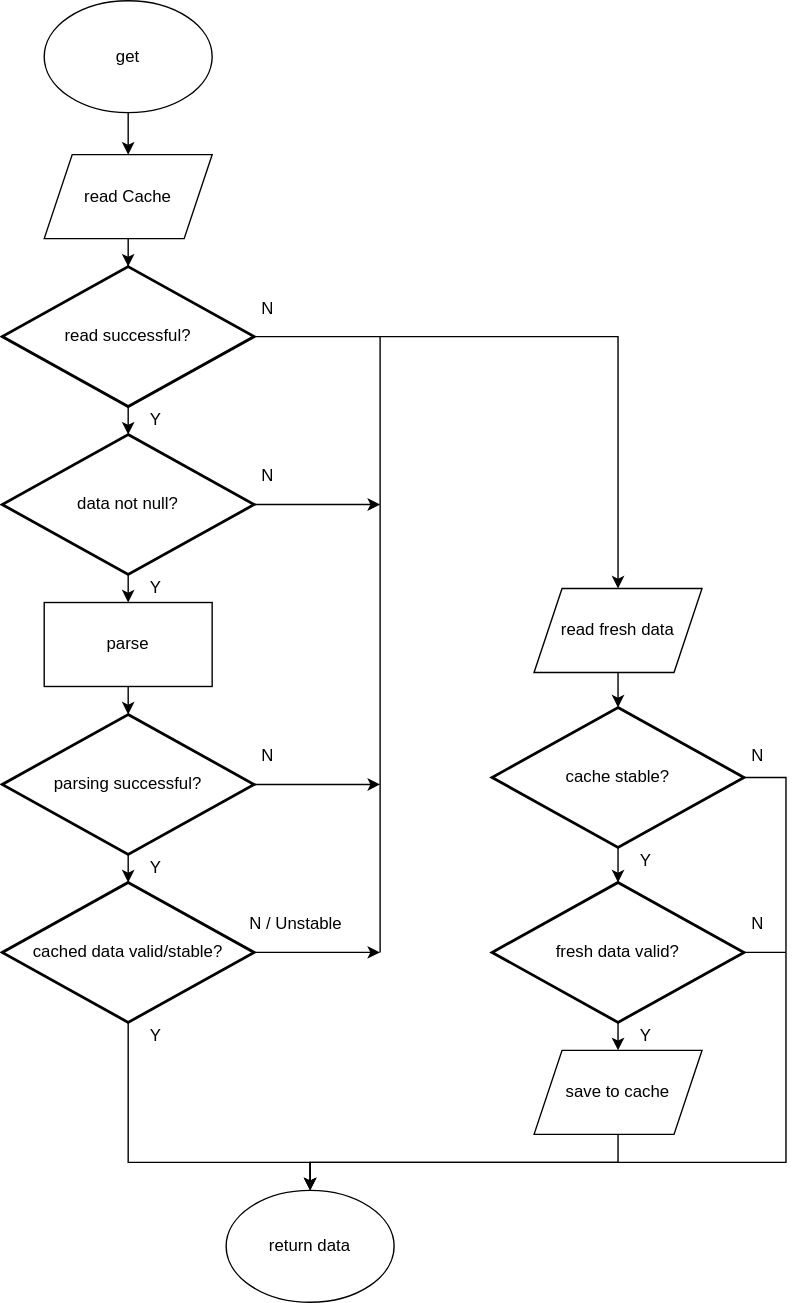
Before: redis-read-through-cache.svg, a diagram exported from draw.io (rPawel/read-through-cache). Source tidied: cells renumbered, new cells last; positions are measured from the earlier drawing's top-left corner, leaving out a move shared by most shapes.
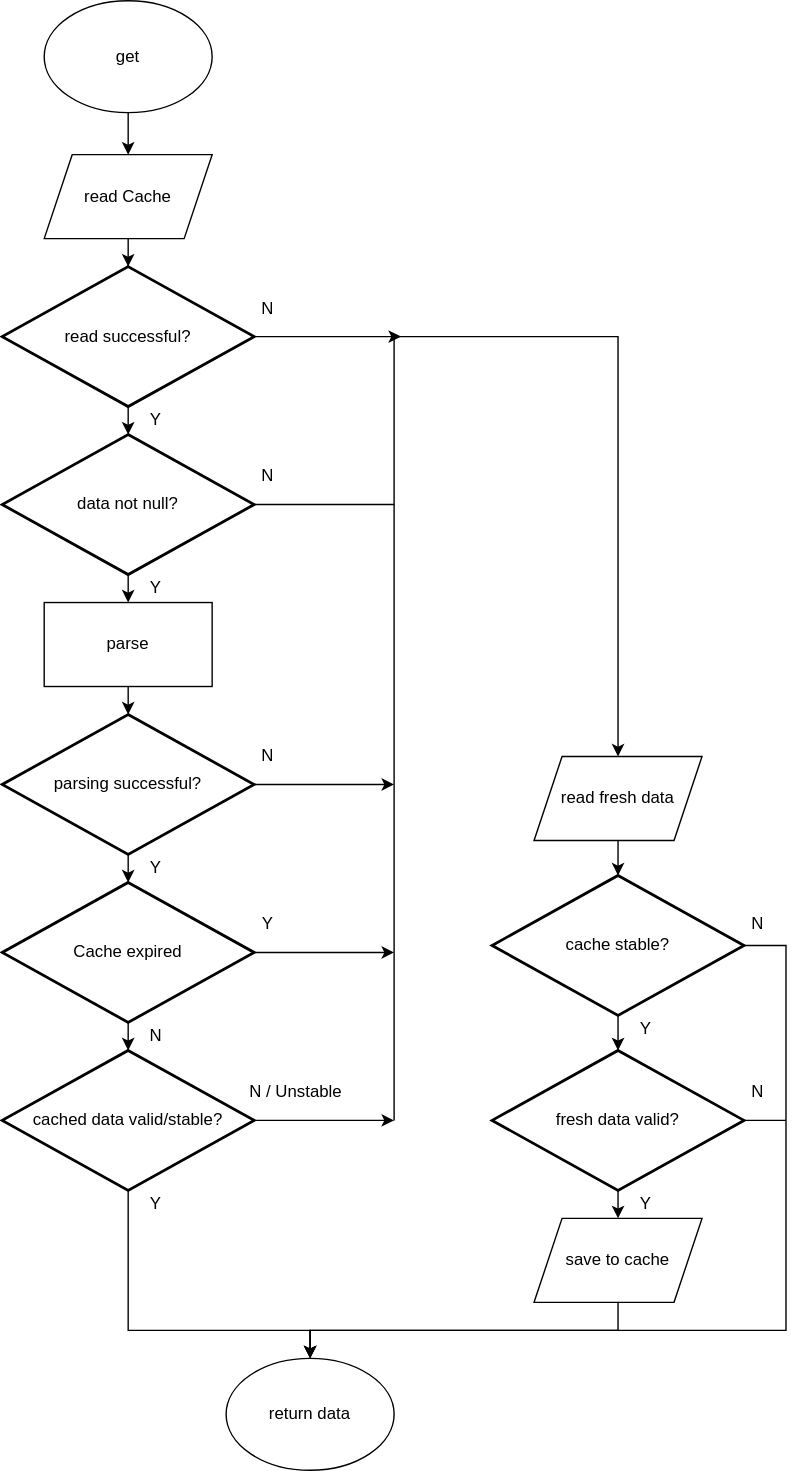
Later version of the same file.

Commit message:
added expiration management with ability to extend cached data retention. It is in case we want to avoid unstable period every time cache expires.

The edit, as a diff of the source:
```diff
@@ -9,111 +9,111 @@
       <mxGeometry relative="1" as="geometry" />
     </mxCell>
     <mxCell id="4" value="read successful?" style="strokeWidth=2;html=1;shape=mxgraph.flowchart.decision;whiteSpace=wrap;" parent="1" vertex="1">
-      <mxGeometry y="190" width="180" height="100" as="geometry" />
+      <mxGeometry y="250" width="180" height="100" as="geometry" />
     </mxCell>
     <mxCell id="5" style="edgeStyle=orthogonalEdgeStyle;rounded=0;jettySize=auto;html=1;exitX=0.5;exitY=1;exitDx=0;exitDy=0;entryX=0.5;entryY=0;entryDx=0;entryDy=0;entryPerimeter=0;" parent="1" edge="1" source="6" target="40">
       <mxGeometry relative="1" as="geometry" />
     </mxCell>
     <mxCell id="6" value="read fresh data" style="shape=parallelogram;perimeter=parallelogramPerimeter;whiteSpace=wrap;html=1;fixedSize=1;" parent="1" vertex="1">
-      <mxGeometry x="380" y="420" width="120" height="60" as="geometry" />
+      <mxGeometry x="380" y="600" width="120" height="60" as="geometry" />
     </mxCell>
     <mxCell id="7" style="edgeStyle=orthogonalEdgeStyle;rounded=0;jettySize=auto;html=1;entryX=0.5;entryY=0;entryDx=0;entryDy=0;entryPerimeter=0;" parent="1" edge="1" source="8" target="4">
       <mxGeometry relative="1" as="geometry" />
     </mxCell>
     <mxCell id="8" value="&lt;span&gt;read Cache&lt;br&gt;&lt;/span&gt;" style="shape=parallelogram;perimeter=parallelogramPerimeter;whiteSpace=wrap;html=1;fixedSize=1;" parent="1" vertex="1">
-      <mxGeometry x="30" y="110" width="120" height="60" as="geometry" />
+      <mxGeometry x="30" y="170" width="120" height="60" as="geometry" />
     </mxCell>
     <mxCell id="9" style="edgeStyle=orthogonalEdgeStyle;rounded=0;jettySize=auto;html=1;exitX=0.5;exitY=1;exitDx=0;exitDy=0;exitPerimeter=0;entryX=0.5;entryY=0;entryDx=0;entryDy=0;" parent="1" edge="1" source="10" target="12">
       <mxGeometry relative="1" as="geometry" />
     </mxCell>
     <mxCell id="10" value="fresh data valid?" style="strokeWidth=2;html=1;shape=mxgraph.flowchart.decision;whiteSpace=wrap;" parent="1" vertex="1">
-      <mxGeometry x="350" y="630" width="180" height="100" as="geometry" />
+      <mxGeometry x="350" y="810" width="180" height="100" as="geometry" />
     </mxCell>
     <mxCell id="11" style="edgeStyle=orthogonalEdgeStyle;rounded=0;jettySize=auto;html=1;exitX=0.5;exitY=1;exitDx=0;exitDy=0;entryX=0.5;entryY=0;entryDx=0;entryDy=0;" parent="1" edge="1" source="12" target="30">
       <mxGeometry relative="1" as="geometry">
         <Array as="points">
-          <mxPoint x="440" y="830" />
-          <mxPoint x="220" y="830" />
+          <mxPoint x="440" y="1010" />
+          <mxPoint x="220" y="1010" />
         </Array>
       </mxGeometry>
     </mxCell>
     <mxCell id="12" value="save to cache" style="shape=parallelogram;perimeter=parallelogramPerimeter;whiteSpace=wrap;html=1;fixedSize=1;" parent="1" vertex="1">
-      <mxGeometry x="380" y="750" width="120" height="60" as="geometry" />
+      <mxGeometry x="380" y="930" width="120" height="60" as="geometry" />
     </mxCell>
     <mxCell id="13" style="edgeStyle=orthogonalEdgeStyle;rounded=0;jettySize=auto;html=1;exitX=0.5;exitY=1;exitDx=0;exitDy=0;exitPerimeter=0;entryX=0.5;entryY=0;entryDx=0;entryDy=0;" parent="1" edge="1" source="15" target="17">
       <mxGeometry relative="1" as="geometry" />
     </mxCell>
     <mxCell id="14" style="edgeStyle=orthogonalEdgeStyle;rounded=0;jettySize=auto;html=1;exitX=1;exitY=0.5;exitDx=0;exitDy=0;exitPerimeter=0;" parent="1" edge="1" source="15">
       <mxGeometry relative="1" as="geometry">
-        <mxPoint x="270" y="360" as="targetPoint" />
+        <mxPoint x="285" y="300" as="targetPoint" />
+        <Array as="points">
+          <mxPoint x="280" y="420" />
+          <mxPoint x="280" y="300" />
+        </Array>
       </mxGeometry>
     </mxCell>
     <mxCell id="15" value="data not null?" style="strokeWidth=2;html=1;shape=mxgraph.flowchart.decision;whiteSpace=wrap;" parent="1" vertex="1">
-      <mxGeometry y="310" width="180" height="100" as="geometry" />
+      <mxGeometry y="370" width="180" height="100" as="geometry" />
     </mxCell>
     <mxCell id="16" style="edgeStyle=orthogonalEdgeStyle;rounded=0;jettySize=auto;html=1;exitX=0.5;exitY=1;exitDx=0;exitDy=0;entryX=0.5;entryY=0;entryDx=0;entryDy=0;entryPerimeter=0;" parent="1" edge="1" source="17" target="23">
       <mxGeometry relative="1" as="geometry" />
     </mxCell>
     <mxCell id="17" value="parse" style="rounded=0;whiteSpace=wrap;html=1;" parent="1" vertex="1">
-      <mxGeometry x="30" y="430" width="120" height="60" as="geometry" />
+      <mxGeometry x="30" y="490" width="120" height="60" as="geometry" />
     </mxCell>
     <mxCell id="18" style="edgeStyle=orthogonalEdgeStyle;rounded=0;jettySize=auto;html=1;exitX=0.5;exitY=1;exitDx=0;exitDy=0;exitPerimeter=0;entryX=0.5;entryY=0;entryDx=0;entryDy=0;" parent="1" edge="1" source="20" target="30">
       <mxGeometry relative="1" as="geometry">
         <Array as="points">
-          <mxPoint x="90" y="830" />
-          <mxPoint x="220" y="830" />
+          <mxPoint x="90" y="1010" />
+          <mxPoint x="220" y="1010" />
         </Array>
       </mxGeometry>
     </mxCell>
     <mxCell id="19" style="edgeStyle=orthogonalEdgeStyle;rounded=0;jettySize=auto;html=1;exitX=1;exitY=0.5;exitDx=0;exitDy=0;exitPerimeter=0;" parent="1" edge="1" source="20">
       <mxGeometry relative="1" as="geometry">
-        <mxPoint x="270" y="680" as="targetPoint" />
+        <mxPoint x="280" y="860" as="targetPoint" />
       </mxGeometry>
     </mxCell>
     <mxCell id="20" value="cached data valid/stable?" style="strokeWidth=2;html=1;shape=mxgraph.flowchart.decision;whiteSpace=wrap;" parent="1" vertex="1">
-      <mxGeometry y="630" width="180" height="100" as="geometry" />
+      <mxGeometry y="810" width="180" height="100" as="geometry" />
     </mxCell>
-    <mxCell id="21" style="edgeStyle=orthogonalEdgeStyle;rounded=0;jettySize=auto;html=1;exitX=0.5;exitY=1;exitDx=0;exitDy=0;exitPerimeter=0;entryX=0.5;entryY=0;entryDx=0;entryDy=0;entryPerimeter=0;" parent="1" edge="1" source="23" target="20">
-      <mxGeometry relative="1" as="geometry" />
+    <mxCell id="21" style="edgeStyle=orthogonalEdgeStyle;rounded=0;jettySize=auto;html=1;exitX=0.5;exitY=1;exitDx=0;exitDy=0;exitPerimeter=0;entryX=0.5;entryY=0;entryDx=0;entryDy=0;entryPerimeter=0;" parent="1" edge="1" source="23">
+      <mxGeometry relative="1" as="geometry">
+        <mxPoint x="90" y="690" as="targetPoint" />
+      </mxGeometry>
     </mxCell>
     <mxCell id="22" style="edgeStyle=orthogonalEdgeStyle;rounded=0;jettySize=auto;html=1;exitX=1;exitY=0.5;exitDx=0;exitDy=0;exitPerimeter=0;" parent="1" edge="1" source="23">
       <mxGeometry relative="1" as="geometry">
-        <mxPoint x="270" y="560" as="targetPoint" />
+        <mxPoint x="280" y="620" as="targetPoint" />
       </mxGeometry>
     </mxCell>
     <mxCell id="23" value="parsing successful?" style="strokeWidth=2;html=1;shape=mxgraph.flowchart.decision;whiteSpace=wrap;" parent="1" vertex="1">
-      <mxGeometry y="510" width="180" height="100" as="geometry" />
+      <mxGeometry y="570" width="180" height="100" as="geometry" />
     </mxCell>
     <mxCell id="24" value="N" style="text;html=1;strokeColor=none;fillColor=none;align=center;verticalAlign=middle;whiteSpace=wrap;rounded=0;" parent="1" vertex="1">
-      <mxGeometry x="170" y="210" width="40" height="20" as="geometry" />
+      <mxGeometry x="170" y="270" width="40" height="20" as="geometry" />
     </mxCell>
     <mxCell id="25" value="N" style="text;html=1;strokeColor=none;fillColor=none;align=center;verticalAlign=middle;whiteSpace=wrap;rounded=0;" parent="1" vertex="1">
-      <mxGeometry x="170" y="330" width="40" height="20" as="geometry" />
+      <mxGeometry x="170" y="390" width="40" height="20" as="geometry" />
     </mxCell>
     <mxCell id="26" value="N" style="text;html=1;strokeColor=none;fillColor=none;align=center;verticalAlign=middle;whiteSpace=wrap;rounded=0;" parent="1" vertex="1">
-      <mxGeometry x="170" y="530" width="40" height="20" as="geometry" />
+      <mxGeometry x="170" y="590" width="40" height="20" as="geometry" />
     </mxCell>
     <mxCell id="27" value="N / Unstable" style="text;html=1;strokeColor=none;fillColor=none;align=center;verticalAlign=middle;whiteSpace=wrap;rounded=0;" parent="1" vertex="1">
-      <mxGeometry x="170" y="650" width="80" height="20" as="geometry" />
+      <mxGeometry x="170" y="830" width="80" height="20" as="geometry" />
     </mxCell>
     <mxCell id="28" value="N" style="text;html=1;strokeColor=none;fillColor=none;align=center;verticalAlign=middle;whiteSpace=wrap;rounded=0;" parent="1" vertex="1">
-      <mxGeometry x="520" y="650" width="40" height="20" as="geometry" />
+      <mxGeometry x="520" y="830" width="40" height="20" as="geometry" />
     </mxCell>
-    <mxCell id="29" style="endArrow=none;html=1;" parent="1" edge="1">
-      <mxGeometry relative="1" as="geometry">
-        <mxPoint x="270" y="680" as="sourcePoint" />
-        <mxPoint x="270" y="240" as="targetPoint" />
-      </mxGeometry>
-    </mxCell>
     <mxCell id="30" value="return data" style="ellipse;whiteSpace=wrap;html=1;" parent="1" vertex="1">
-      <mxGeometry x="160" y="850" width="120" height="80" as="geometry" />
+      <mxGeometry x="160" y="1030" width="120" height="80" as="geometry" />
     </mxCell>
     <mxCell id="31" style="edgeStyle=orthogonalEdgeStyle;rounded=0;jettySize=auto;html=1;exitX=1;exitY=0.5;exitDx=0;exitDy=0;exitPerimeter=0;" parent="1" edge="1" source="40" target="30">
       <mxGeometry relative="1" as="geometry">
         <Array as="points">
-          <mxPoint x="560" y="555" />
-          <mxPoint x="560" y="830" />
-          <mxPoint x="220" y="830" />
+          <mxPoint x="560" y="735" />
+          <mxPoint x="560" y="1010" />
+          <mxPoint x="220" y="1010" />
         </Array>
       </mxGeometry>
     </mxCell>
@@ -121,39 +121,64 @@
       <mxGeometry relative="1" as="geometry" />
     </mxCell>
     <mxCell id="33" value="get" style="ellipse;whiteSpace=wrap;html=1;" parent="1" vertex="1">
-      <mxGeometry x="30" width="120" height="80" as="geometry" />
+      <mxGeometry x="30" y="60" width="120" height="80" as="geometry" />
     </mxCell>
     <mxCell id="34" value="Y" style="text;html=1;strokeColor=none;fillColor=none;align=center;verticalAlign=middle;whiteSpace=wrap;rounded=0;" parent="1" vertex="1">
-      <mxGeometry x="90" y="290" width="40" height="20" as="geometry" />
+      <mxGeometry x="90" y="350" width="40" height="20" as="geometry" />
     </mxCell>
     <mxCell id="35" value="Y" style="text;html=1;strokeColor=none;fillColor=none;align=center;verticalAlign=middle;whiteSpace=wrap;rounded=0;" parent="1" vertex="1">
-      <mxGeometry x="90" y="730" width="40" height="20" as="geometry" />
+      <mxGeometry x="90" y="910" width="40" height="20" as="geometry" />
     </mxCell>
     <mxCell id="36" value="Y" style="text;html=1;strokeColor=none;fillColor=none;align=center;verticalAlign=middle;whiteSpace=wrap;rounded=0;" parent="1" vertex="1">
-      <mxGeometry x="90" y="610" width="40" height="20" as="geometry" />
+      <mxGeometry x="90" y="670" width="40" height="20" as="geometry" />
     </mxCell>
     <mxCell id="37" value="Y" style="text;html=1;strokeColor=none;fillColor=none;align=center;verticalAlign=middle;whiteSpace=wrap;rounded=0;" parent="1" vertex="1">
-      <mxGeometry x="90" y="410" width="40" height="20" as="geometry" />
+      <mxGeometry x="90" y="470" width="40" height="20" as="geometry" />
     </mxCell>
     <mxCell id="38" value="Y" style="text;html=1;strokeColor=none;fillColor=none;align=center;verticalAlign=middle;whiteSpace=wrap;rounded=0;" parent="1" vertex="1">
-      <mxGeometry x="440" y="730" width="40" height="20" as="geometry" />
+      <mxGeometry x="440" y="910" width="40" height="20" as="geometry" />
     </mxCell>
     <mxCell id="39" style="edgeStyle=orthogonalEdgeStyle;rounded=0;jettySize=auto;html=1;exitX=0.5;exitY=1;exitDx=0;exitDy=0;exitPerimeter=0;entryX=0.5;entryY=0;entryDx=0;entryDy=0;entryPerimeter=0;" parent="1" edge="1" source="40" target="10">
       <mxGeometry relative="1" as="geometry" />
     </mxCell>
     <mxCell id="40" value="cache stable?" style="strokeWidth=2;html=1;shape=mxgraph.flowchart.decision;whiteSpace=wrap;" parent="1" vertex="1">
-      <mxGeometry x="350" y="505" width="180" height="100" as="geometry" />
+      <mxGeometry x="350" y="685" width="180" height="100" as="geometry" />
     </mxCell>
     <mxCell id="41" style="endArrow=none;html=1;entryX=1;entryY=0.5;entryDx=0;entryDy=0;entryPerimeter=0;" parent="1" edge="1" target="10">
       <mxGeometry relative="1" as="geometry">
-        <mxPoint x="560" y="680" as="sourcePoint" />
+        <mxPoint x="560" y="860" as="sourcePoint" />
       </mxGeometry>
     </mxCell>
     <mxCell id="42" value="N" style="text;html=1;strokeColor=none;fillColor=none;align=center;verticalAlign=middle;whiteSpace=wrap;rounded=0;" parent="1" vertex="1">
-      <mxGeometry x="520" y="530" width="40" height="20" as="geometry" />
+      <mxGeometry x="520" y="710" width="40" height="20" as="geometry" />
     </mxCell>
     <mxCell id="43" value="Y" style="text;html=1;strokeColor=none;fillColor=none;align=center;verticalAlign=middle;whiteSpace=wrap;rounded=0;" parent="1" vertex="1">
-      <mxGeometry x="440" y="605" width="40" height="20" as="geometry" />
+      <mxGeometry x="440" y="785" width="40" height="20" as="geometry" />
     </mxCell>
+    <mxCell id="44" style="edgeStyle=orthogonalEdgeStyle;rounded=0;jettySize=auto;html=1;exitX=0.5;exitY=1;exitDx=0;exitDy=0;exitPerimeter=0;entryX=0.5;entryY=0;entryDx=0;entryDy=0;entryPerimeter=0;" parent="1" edge="1" source="46">
+      <mxGeometry relative="1" as="geometry">
+        <mxPoint x="90" y="810" as="targetPoint" />
+      </mxGeometry>
+    </mxCell>
+    <mxCell id="45" style="edgeStyle=orthogonalEdgeStyle;rounded=0;jettySize=auto;html=1;exitX=1;exitY=0.5;exitDx=0;exitDy=0;exitPerimeter=0;" parent="1" edge="1" source="46">
+      <mxGeometry relative="1" as="geometry">
+        <mxPoint x="280" y="740" as="targetPoint" />
+      </mxGeometry>
+    </mxCell>
+    <mxCell id="46" value="Cache expired" style="strokeWidth=2;html=1;shape=mxgraph.flowchart.decision;whiteSpace=wrap;" parent="1" vertex="1">
+      <mxGeometry y="690" width="180" height="100" as="geometry" />
+    </mxCell>
+    <mxCell id="47" value="Y" style="text;html=1;strokeColor=none;fillColor=none;align=center;verticalAlign=middle;whiteSpace=wrap;rounded=0;" parent="1" vertex="1">
+      <mxGeometry x="170" y="710" width="40" height="20" as="geometry" />
+    </mxCell>
+    <mxCell id="48" value="N" style="text;html=1;strokeColor=none;fillColor=none;align=center;verticalAlign=middle;whiteSpace=wrap;rounded=0;" parent="1" vertex="1">
+      <mxGeometry x="90" y="790" width="40" height="20" as="geometry" />
+    </mxCell>
+    <mxCell id="49" style="endArrow=none;html=1;" parent="1" edge="1">
+      <mxGeometry relative="1" as="geometry">
+        <mxPoint x="280" y="860" as="sourcePoint" />
+        <mxPoint x="280" y="420" as="targetPoint" />
+      </mxGeometry>
+    </mxCell>
   </root>
 </mxGraphModel>
```
